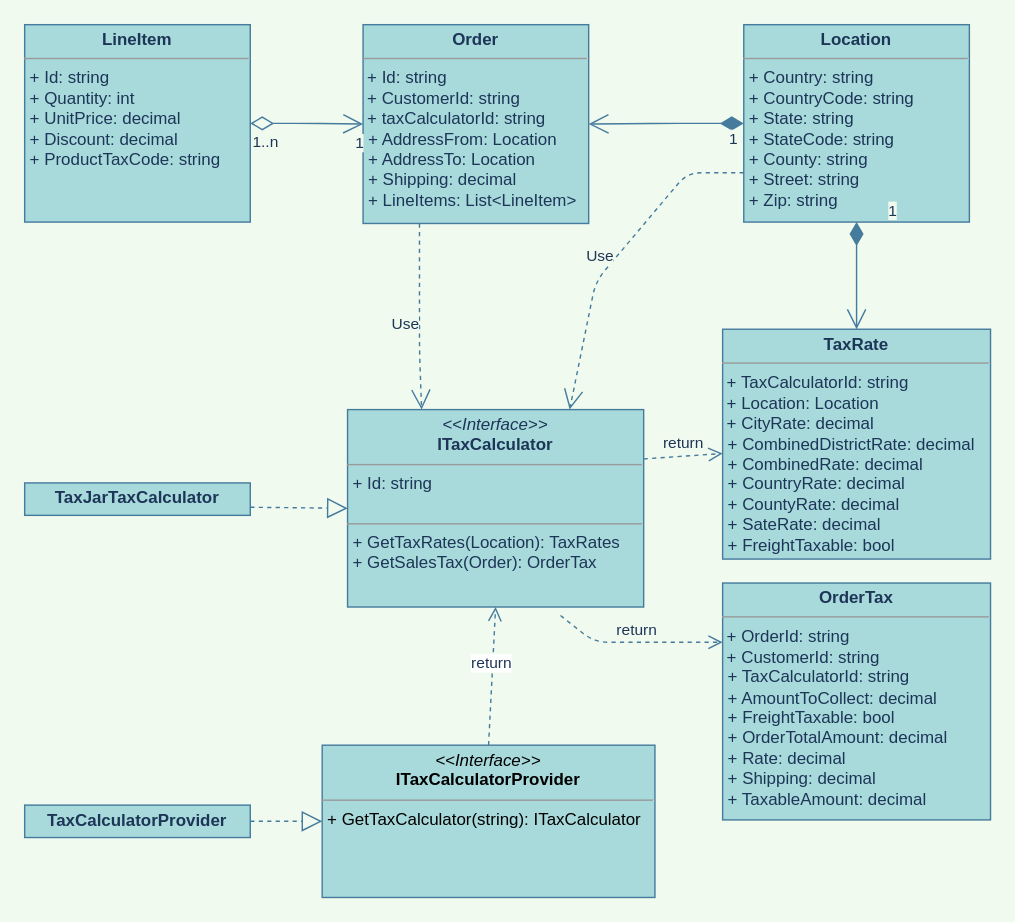
Above: IMC.ClassDiagram.drawio in rmbrunet/IMC_di (draw.io), before the change. Source tidied: cells renumbered, new cells numbered last; positions are measured from the earlier drawing's top-left corner, leaving out a move shared by most shapes. Both pictures are drawn from the tidied source at 141%, with x=0, y=0 at pixel (24, 24).
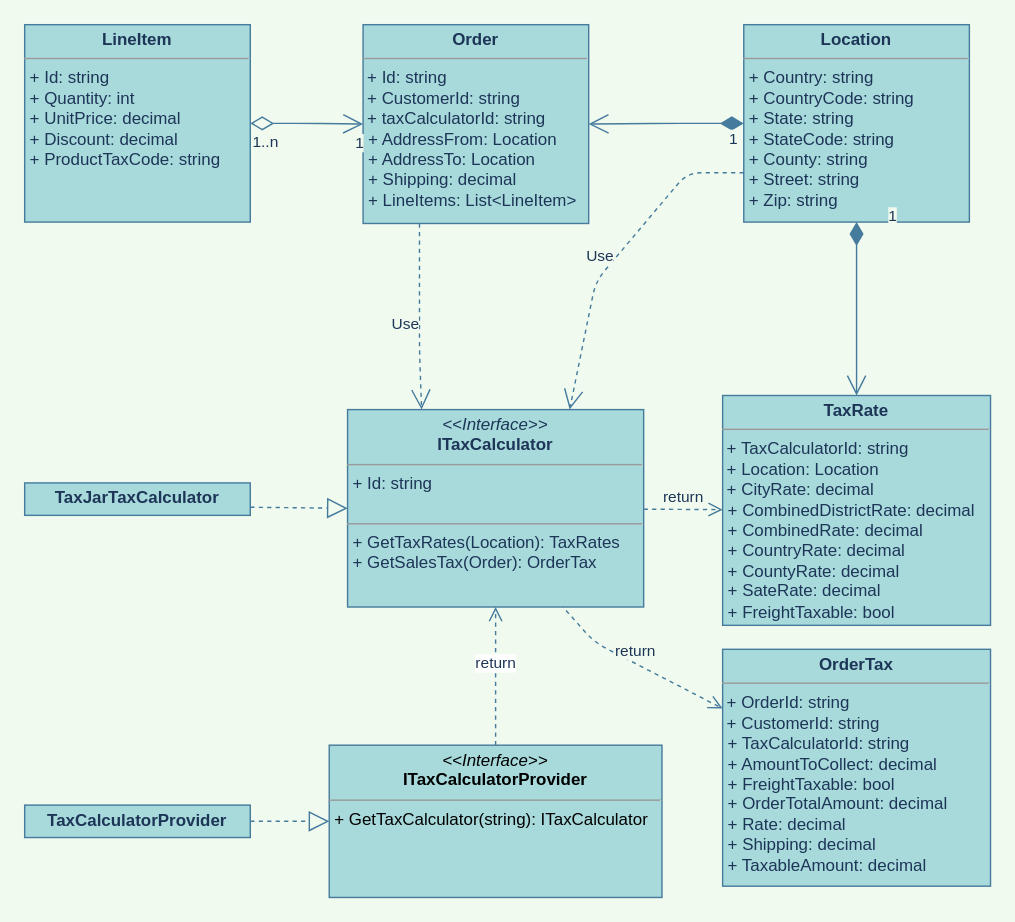
The same diagram, later.

Unchanged cells that the change refers to:
```xml
<mxCell id="16" value="&lt;p style=&quot;margin: 0px ; margin-top: 4px ; text-align: center&quot;&gt;&lt;i&gt;&amp;lt;&amp;lt;Interface&amp;gt;&amp;gt;&lt;/i&gt;&lt;br&gt;&lt;b&gt;ITaxCalculator&lt;/b&gt;&lt;/p&gt;&lt;hr size=&quot;1&quot;&gt;&lt;p style=&quot;margin: 0px ; margin-left: 4px&quot;&gt;+ Id: string&lt;br&gt;&lt;br&gt;&lt;/p&gt;&lt;hr size=&quot;1&quot;&gt;&lt;p style=&quot;margin: 0px ; margin-left: 4px&quot;&gt;+ GetTaxRates(Location): TaxRates&lt;br&gt;+ GetSalesTax(Order): OrderTax&lt;/p&gt;" style="verticalAlign=top;align=left;overflow=fill;fontSize=12;fontFamily=Helvetica;html=1;fillColor=#A8DADC;strokeColor=#457B9D;fontColor=#1D3557;" parent="1" vertex="1">
  <mxGeometry x="229" y="273" width="210" height="140" as="geometry" />
</mxCell>
```

What changed in the source:
```diff
@@
     <mxCell id="9" value="&lt;p style=&quot;margin: 0px ; margin-top: 4px ; text-align: center&quot;&gt;&lt;b&gt;OrderTax&lt;/b&gt;&lt;/p&gt;&lt;hr size=&quot;1&quot;&gt;&amp;nbsp;+ OrderId: string&lt;br&gt;&amp;nbsp;+ CustomerId: string&lt;br&gt;&lt;p style=&quot;margin: 0px ; margin-left: 4px&quot;&gt;+ TaxCalculatorId: string&lt;/p&gt;&lt;p style=&quot;margin: 0px ; margin-left: 4px&quot;&gt;+ AmountToCollect: decimal&lt;/p&gt;&lt;p style=&quot;margin: 0px ; margin-left: 4px&quot;&gt;+ FreightTaxable: bool&lt;/p&gt;&lt;p style=&quot;margin: 0px ; margin-left: 4px&quot;&gt;+ OrderTotalAmount: decimal&lt;/p&gt;&lt;p style=&quot;margin: 0px ; margin-left: 4px&quot;&gt;+ Rate: decimal&lt;/p&gt;&lt;p style=&quot;margin: 0px ; margin-left: 4px&quot;&gt;+ Shipping: decimal&lt;/p&gt;&lt;p style=&quot;margin: 0px ; margin-left: 4px&quot;&gt;+ TaxableAmount: decimal&lt;/p&gt;&lt;p style=&quot;margin: 0px ; margin-left: 4px&quot;&gt;&lt;br&gt;&lt;/p&gt;" style="verticalAlign=top;align=left;overflow=fill;fontSize=12;fontFamily=Helvetica;html=1;fillColor=#A8DADC;strokeColor=#457B9D;fontColor=#1D3557;" parent="1" vertex="1">
-      <mxGeometry x="495" y="396" width="190" height="168" as="geometry" />
+      <mxGeometry x="495" y="443" width="190" height="168" as="geometry" />
     </mxCell>
     <mxCell id="10" value="&lt;p style=&quot;margin: 0px ; margin-top: 4px ; text-align: center&quot;&gt;&lt;b&gt;TaxRate&lt;/b&gt;&lt;/p&gt;&lt;hr size=&quot;1&quot;&gt;&amp;nbsp;+ TaxCalculatorId: string&lt;br&gt;&amp;nbsp;+ Location: Location&lt;br&gt;&amp;nbsp;+ CityRate: decimal&lt;br&gt;&lt;p style=&quot;margin: 0px ; margin-left: 4px&quot;&gt;+ CombinedDistrictRate: decimal&lt;/p&gt;&lt;p style=&quot;margin: 0px ; margin-left: 4px&quot;&gt;+ CombinedRate: decimal&lt;/p&gt;&lt;p style=&quot;margin: 0px ; margin-left: 4px&quot;&gt;+ CountryRate: decimal&lt;/p&gt;&lt;p style=&quot;margin: 0px ; margin-left: 4px&quot;&gt;+ CountyRate: decimal&lt;/p&gt;&lt;p style=&quot;margin: 0px ; margin-left: 4px&quot;&gt;+ SateRate: decimal&lt;/p&gt;&lt;p style=&quot;margin: 0px ; margin-left: 4px&quot;&gt;&lt;span&gt;+ FreightTaxable: bool&lt;/span&gt;&lt;br&gt;&lt;/p&gt;&lt;p style=&quot;margin: 0px ; margin-left: 4px&quot;&gt;&lt;br&gt;&lt;/p&gt;" style="verticalAlign=top;align=left;overflow=fill;fontSize=12;fontFamily=Helvetica;html=1;fillColor=#A8DADC;strokeColor=#457B9D;fontColor=#1D3557;" parent="1" vertex="1">
-      <mxGeometry x="495" y="216" width="190" height="163" as="geometry" />
+      <mxGeometry x="495" y="263" width="190" height="163" as="geometry" />
     </mxCell>
@@
-    <mxCell id="12" value="return" style="html=1;verticalAlign=bottom;endArrow=open;dashed=1;endSize=8;exitX=1;exitY=0.25;exitDx=0;exitDy=0;strokeColor=#457B9D;fontColor=#1D3557;labelBackgroundColor=#F1FAEE;" parent="1" edge="1" source="16" target="10">
+    <mxCell id="12" value="return" style="html=1;verticalAlign=bottom;endArrow=open;dashed=1;endSize=8;strokeColor=#457B9D;fontColor=#1D3557;labelBackgroundColor=#F1FAEE;" parent="1" edge="1" source="16" target="10">
       <mxGeometry relative="1" as="geometry" />
     </mxCell>
@@
     <mxCell id="14" value="return" style="html=1;verticalAlign=bottom;endArrow=open;dashed=1;endSize=8;entryX=0;entryY=0.25;entryDx=0;entryDy=0;strokeColor=#457B9D;fontColor=#1D3557;labelBackgroundColor=#F1FAEE;" parent="1" edge="1" target="9">
       <mxGeometry relative="1" as="geometry">
-        <mxPoint x="380" y="419" as="sourcePoint" />
+        <mxPoint x="380" y="411" as="sourcePoint" />
         <Array as="points">
           <mxPoint x="404" y="438" />
         </Array>
       </mxGeometry>
     </mxCell>
@@
     <mxCell id="17" value="&lt;p style=&quot;margin: 0px ; margin-top: 4px ; text-align: center&quot;&gt;&lt;i&gt;&amp;lt;&amp;lt;Interface&amp;gt;&amp;gt;&lt;/i&gt;&lt;br&gt;&lt;b&gt;ITaxCalculatorProvider&lt;/b&gt;&lt;/p&gt;&lt;hr size=&quot;1&quot;&gt;&lt;p style=&quot;margin: 0px ; margin-left: 4px&quot;&gt;&lt;span&gt;+ GetTaxCalculator(string): ITaxCalculator&lt;/span&gt;&lt;br&gt;&lt;/p&gt;&lt;p style=&quot;margin: 0px ; margin-left: 4px&quot;&gt;&lt;br&gt;&lt;/p&gt;" style="verticalAlign=top;align=left;overflow=fill;fontSize=12;fontFamily=Helvetica;html=1;rounded=0;sketch=0;strokeColor=#457B9D;fillColor=#A8DADC;" parent="1" vertex="1">
-      <mxGeometry x="211" y="511" width="236" height="108" as="geometry" />
+      <mxGeometry x="216" y="511" width="236" height="108" as="geometry" />
     </mxCell>
```
